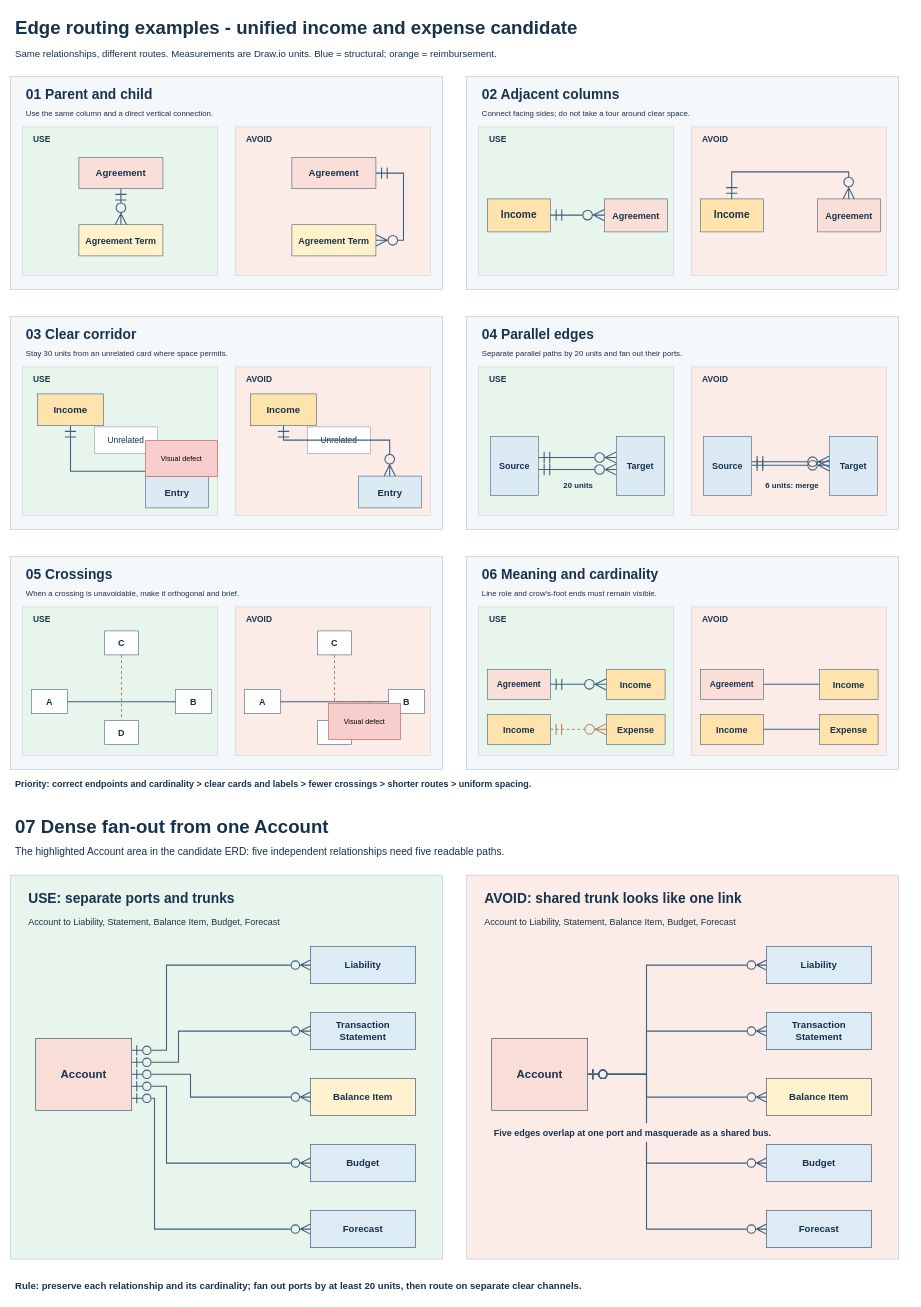
This is projects/financial-workspace/exp-model/relationships/edge-style-examples.drawio from amadou-6e/specs, a draw.io file, before an edit. Source tidied: cells renumbered, new cells numbered last; positions are measured from the earlier drawing's top-left corner, leaving out a move shared by most shapes. Both pictures are drawn from the tidied source at 60%, with x=0, y=0 at pixel (10, 10).
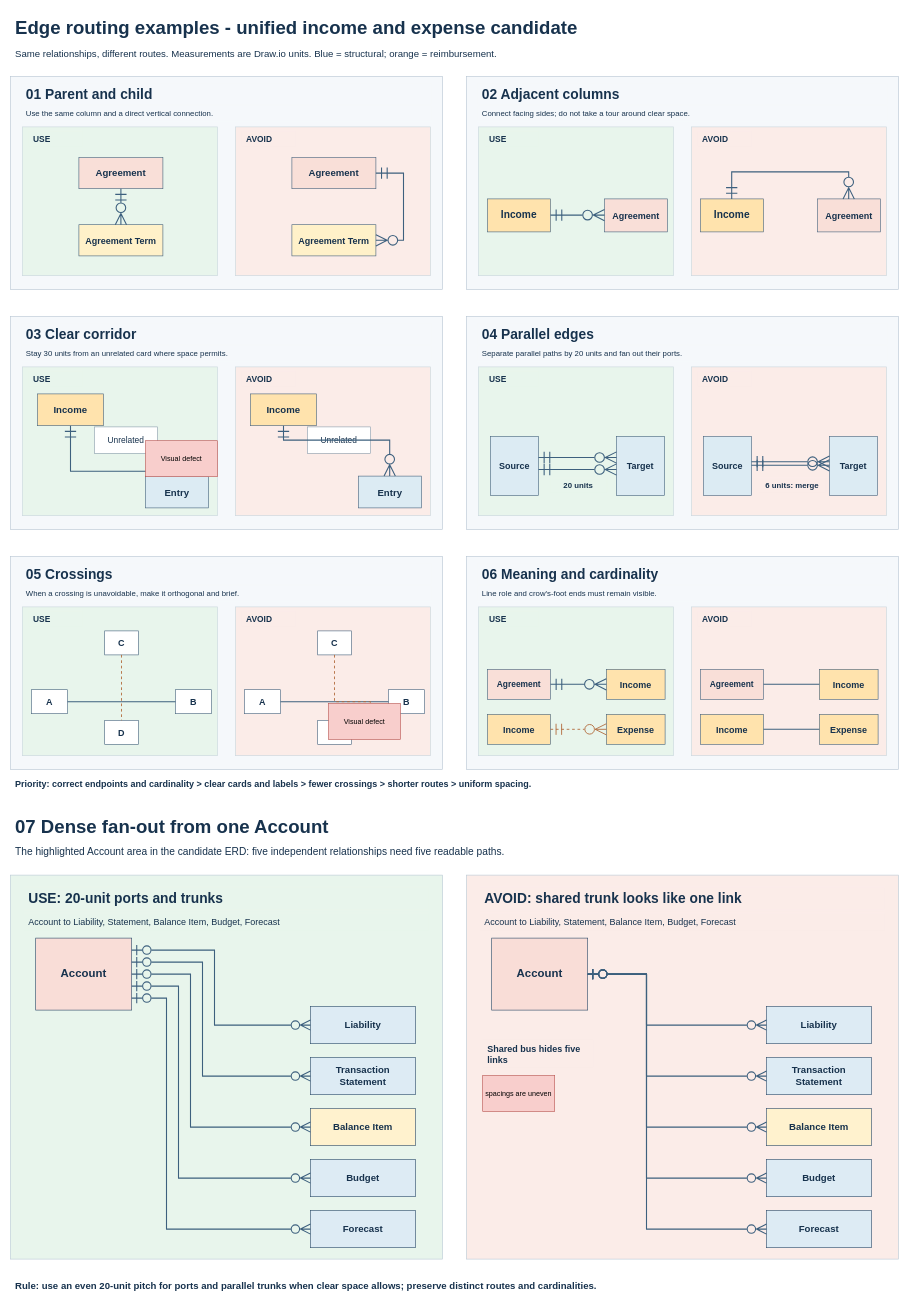
The same diagram, later.

Commit message (it also covers changes not shown here):
Even out dense fanout routing example

Change to the diagram source:
```diff
@@
-    <mxCell id="106" value="USE: separate ports and trunks" style="rounded=0;whiteSpace=wrap;html=1;fillColor=#E8F5EC;strokeColor=#E8F5EC;fontColor=#17324D;fontSize=23;fontStyle=1;align=left;verticalAlign=middle;spacing=8;" parent="1" vertex="1">
+    <mxCell id="106" value="USE: 20-unit ports and trunks" style="rounded=0;whiteSpace=wrap;html=1;fillColor=#E8F5EC;strokeColor=#E8F5EC;fontColor=#17324D;fontSize=23;fontStyle=1;align=left;verticalAlign=middle;spacing=8;" parent="1" vertex="1">
       <mxGeometry x="22" y="1461" width="675" height="38" as="geometry" />
     </mxCell>
@@
     <mxCell id="108" value="Account" style="rounded=0;whiteSpace=wrap;html=1;fillColor=#F9DDD7;strokeColor=#294968;fontColor=#17324D;fontSize=19;fontStyle=1;align=center;verticalAlign=middle;spacing=8;" parent="1" vertex="1">
-      <mxGeometry x="42" y="1713" width="160" height="120" as="geometry" />
+      <mxGeometry x="42" y="1546" width="160" height="120" as="geometry" />
     </mxCell>
     <mxCell id="109" value="Liability" style="rounded=0;whiteSpace=wrap;html=1;fillColor=#DDEBF4;strokeColor=#294968;fontColor=#17324D;fontSize=16;fontStyle=1;align=center;verticalAlign=middle;spacing=8;" parent="1" vertex="1">
-      <mxGeometry x="500" y="1560" width="175" height="62" as="geometry" />
+      <mxGeometry x="500" y="1660" width="175" height="62" as="geometry" />
     </mxCell>
     <mxCell id="110" value="Transaction Statement" style="rounded=0;whiteSpace=wrap;html=1;fillColor=#DDEBF4;strokeColor=#294968;fontColor=#17324D;fontSize=16;fontStyle=1;align=center;verticalAlign=middle;spacing=8;" parent="1" vertex="1">
-      <mxGeometry x="500" y="1670" width="175" height="62" as="geometry" />
+      <mxGeometry x="500" y="1745" width="175" height="62" as="geometry" />
     </mxCell>
     <mxCell id="111" value="Balance Item" style="rounded=0;whiteSpace=wrap;html=1;fillColor=#FFF2CE;strokeColor=#294968;fontColor=#17324D;fontSize=16;fontStyle=1;align=center;verticalAlign=middle;spacing=8;" parent="1" vertex="1">
-      <mxGeometry x="500" y="1780" width="175" height="62" as="geometry" />
+      <mxGeometry x="500" y="1830" width="175" height="62" as="geometry" />
     </mxCell>
     <mxCell id="112" value="Budget" style="rounded=0;whiteSpace=wrap;html=1;fillColor=#DDEBF4;strokeColor=#294968;fontColor=#17324D;fontSize=16;fontStyle=1;align=center;verticalAlign=middle;spacing=8;" parent="1" vertex="1">
-      <mxGeometry x="500" y="1890" width="175" height="62" as="geometry" />
+      <mxGeometry x="500" y="1915" width="175" height="62" as="geometry" />
     </mxCell>
@@
     <mxCell id="114" style="edgeStyle=segmentEdgeStyle;rounded=0;html=1;strokeColor=#3D607E;strokeWidth=1.8;startArrow=ERzeroToOne;endArrow=ERzeroToMany;startSize=14;endSize=14;startFill=0;endFill=0;" parent="1" edge="1">
       <mxGeometry relative="1" as="geometry">
-        <mxPoint x="202" y="1733" as="sourcePoint" />
-        <mxPoint x="500" y="1591" as="targetPoint" />
+        <mxPoint x="202" y="1566" as="sourcePoint" />
+        <mxPoint x="500" y="1691" as="targetPoint" />
         <Array as="points">
-          <mxPoint x="260" y="1733" />
-          <mxPoint x="260" y="1591" />
+          <mxPoint x="340" y="1566" />
+          <mxPoint x="340" y="1691" />
         </Array>
       </mxGeometry>
     </mxCell>
     <mxCell id="115" style="edgeStyle=segmentEdgeStyle;rounded=0;html=1;strokeColor=#3D607E;strokeWidth=1.8;startArrow=ERzeroToOne;endArrow=ERzeroToMany;startSize=14;endSize=14;startFill=0;endFill=0;" parent="1" edge="1">
       <mxGeometry relative="1" as="geometry">
-        <mxPoint x="202" y="1753" as="sourcePoint" />
-        <mxPoint x="500" y="1701" as="targetPoint" />
+        <mxPoint x="202" y="1586" as="sourcePoint" />
+        <mxPoint x="500" y="1776" as="targetPoint" />
         <Array as="points">
-          <mxPoint x="280" y="1753" />
-          <mxPoint x="280" y="1701" />
+          <mxPoint x="320" y="1586" />
+          <mxPoint x="320" y="1776" />
         </Array>
       </mxGeometry>
     </mxCell>
     <mxCell id="116" style="edgeStyle=segmentEdgeStyle;rounded=0;html=1;strokeColor=#3D607E;strokeWidth=1.8;startArrow=ERzeroToOne;endArrow=ERzeroToMany;startSize=14;endSize=14;startFill=0;endFill=0;" parent="1" edge="1">
       <mxGeometry relative="1" as="geometry">
-        <mxPoint x="202" y="1773" as="sourcePoint" />
-        <mxPoint x="500" y="1811" as="targetPoint" />
+        <mxPoint x="202" y="1606" as="sourcePoint" />
+        <mxPoint x="500" y="1861" as="targetPoint" />
         <Array as="points">
-          <mxPoint x="300" y="1773" />
-          <mxPoint x="300" y="1811" />
+          <mxPoint x="300" y="1606" />
+          <mxPoint x="300" y="1861" />
         </Array>
       </mxGeometry>
     </mxCell>
     <mxCell id="117" style="edgeStyle=segmentEdgeStyle;rounded=0;html=1;strokeColor=#3D607E;strokeWidth=1.8;startArrow=ERzeroToOne;endArrow=ERzeroToMany;startSize=14;endSize=14;startFill=0;endFill=0;" parent="1" edge="1">
       <mxGeometry relative="1" as="geometry">
-        <mxPoint x="202" y="1793" as="sourcePoint" />
-        <mxPoint x="500" y="1921" as="targetPoint" />
+        <mxPoint x="202" y="1626" as="sourcePoint" />
+        <mxPoint x="500" y="1946" as="targetPoint" />
         <Array as="points">
-          <mxPoint x="260" y="1793" />
-          <mxPoint x="260" y="1921" />
+          <mxPoint x="280" y="1626" />
+          <mxPoint x="280" y="1946" />
         </Array>
       </mxGeometry>
     </mxCell>
     <mxCell id="118" style="edgeStyle=segmentEdgeStyle;rounded=0;html=1;strokeColor=#3D607E;strokeWidth=1.8;startArrow=ERzeroToOne;endArrow=ERzeroToMany;startSize=14;endSize=14;startFill=0;endFill=0;" parent="1" edge="1">
       <mxGeometry relative="1" as="geometry">
-        <mxPoint x="202" y="1813" as="sourcePoint" />
+        <mxPoint x="202" y="1646" as="sourcePoint" />
         <mxPoint x="500" y="2031" as="targetPoint" />
         <Array as="points">
-          <mxPoint x="240" y="1813" />
-          <mxPoint x="240" y="2031" />
+          <mxPoint x="260" y="1646" />
+          <mxPoint x="260" y="2031" />
         </Array>
       </mxGeometry>
     </mxCell>
@@
     <mxCell id="122" value="Account" style="rounded=0;whiteSpace=wrap;html=1;fillColor=#F9DDD7;strokeColor=#294968;fontColor=#17324D;fontSize=19;fontStyle=1;align=center;verticalAlign=middle;spacing=8;" parent="1" vertex="1">
-      <mxGeometry x="802" y="1713" width="160" height="120" as="geometry" />
+      <mxGeometry x="802" y="1546" width="160" height="120" as="geometry" />
     </mxCell>
     <mxCell id="123" value="Liability" style="rounded=0;whiteSpace=wrap;html=1;fillColor=#DDEBF4;strokeColor=#294968;fontColor=#17324D;fontSize=16;fontStyle=1;align=center;verticalAlign=middle;spacing=8;" parent="1" vertex="1">
-      <mxGeometry x="1260" y="1560" width="175" height="62" as="geometry" />
+      <mxGeometry x="1260" y="1660" width="175" height="62" as="geometry" />
     </mxCell>
     <mxCell id="124" value="Transaction Statement" style="rounded=0;whiteSpace=wrap;html=1;fillColor=#DDEBF4;strokeColor=#294968;fontColor=#17324D;fontSize=16;fontStyle=1;align=center;verticalAlign=middle;spacing=8;" parent="1" vertex="1">
-      <mxGeometry x="1260" y="1670" width="175" height="62" as="geometry" />
+      <mxGeometry x="1260" y="1745" width="175" height="62" as="geometry" />
     </mxCell>
     <mxCell id="125" value="Balance Item" style="rounded=0;whiteSpace=wrap;html=1;fillColor=#FFF2CE;strokeColor=#294968;fontColor=#17324D;fontSize=16;fontStyle=1;align=center;verticalAlign=middle;spacing=8;" parent="1" vertex="1">
-      <mxGeometry x="1260" y="1780" width="175" height="62" as="geometry" />
+      <mxGeometry x="1260" y="1830" width="175" height="62" as="geometry" />
     </mxCell>
     <mxCell id="126" value="Budget" style="rounded=0;whiteSpace=wrap;html=1;fillColor=#DDEBF4;strokeColor=#294968;fontColor=#17324D;fontSize=16;fontStyle=1;align=center;verticalAlign=middle;spacing=8;" parent="1" vertex="1">
-      <mxGeometry x="1260" y="1890" width="175" height="62" as="geometry" />
+      <mxGeometry x="1260" y="1915" width="175" height="62" as="geometry" />
     </mxCell>
@@
     <mxCell id="128" style="edgeStyle=segmentEdgeStyle;rounded=0;html=1;strokeColor=#3D607E;strokeWidth=1.8;startArrow=ERzeroToOne;endArrow=ERzeroToMany;startSize=14;endSize=14;startFill=0;endFill=0;" parent="1" edge="1">
       <mxGeometry relative="1" as="geometry">
-        <mxPoint x="962" y="1773" as="sourcePoint" />
-        <mxPoint x="1260" y="1591" as="targetPoint" />
+        <mxPoint x="962" y="1606" as="sourcePoint" />
+        <mxPoint x="1260" y="1691" as="targetPoint" />
         <Array as="points">
-          <mxPoint x="1060" y="1773" />
-          <mxPoint x="1060" y="1591" />
+          <mxPoint x="1060" y="1606" />
+          <mxPoint x="1060" y="1691" />
         </Array>
       </mxGeometry>
     </mxCell>
     <mxCell id="129" style="edgeStyle=segmentEdgeStyle;rounded=0;html=1;strokeColor=#3D607E;strokeWidth=1.8;startArrow=ERzeroToOne;endArrow=ERzeroToMany;startSize=14;endSize=14;startFill=0;endFill=0;" parent="1" edge="1">
       <mxGeometry relative="1" as="geometry">
-        <mxPoint x="962" y="1773" as="sourcePoint" />
-        <mxPoint x="1260" y="1701" as="targetPoint" />
+        <mxPoint x="962" y="1606" as="sourcePoint" />
+        <mxPoint x="1260" y="1776" as="targetPoint" />
         <Array as="points">
-          <mxPoint x="1060" y="1773" />
-          <mxPoint x="1060" y="1701" />
+          <mxPoint x="1060" y="1606" />
+          <mxPoint x="1060" y="1776" />
         </Array>
       </mxGeometry>
     </mxCell>
     <mxCell id="130" style="edgeStyle=segmentEdgeStyle;rounded=0;html=1;strokeColor=#3D607E;strokeWidth=1.8;startArrow=ERzeroToOne;endArrow=ERzeroToMany;startSize=14;endSize=14;startFill=0;endFill=0;" parent="1" edge="1">
       <mxGeometry relative="1" as="geometry">
-        <mxPoint x="962" y="1773" as="sourcePoint" />
-        <mxPoint x="1260" y="1811" as="targetPoint" />
+        <mxPoint x="962" y="1606" as="sourcePoint" />
+        <mxPoint x="1260" y="1861" as="targetPoint" />
         <Array as="points">
-          <mxPoint x="1060" y="1773" />
-          <mxPoint x="1060" y="1811" />
+          <mxPoint x="1060" y="1606" />
+          <mxPoint x="1060" y="1861" />
         </Array>
       </mxGeometry>
     </mxCell>
     <mxCell id="131" style="edgeStyle=segmentEdgeStyle;rounded=0;html=1;strokeColor=#3D607E;strokeWidth=1.8;startArrow=ERzeroToOne;endArrow=ERzeroToMany;startSize=14;endSize=14;startFill=0;endFill=0;" parent="1" edge="1">
       <mxGeometry relative="1" as="geometry">
-        <mxPoint x="962" y="1773" as="sourcePoint" />
-        <mxPoint x="1260" y="1921" as="targetPoint" />
+        <mxPoint x="962" y="1606" as="sourcePoint" />
+        <mxPoint x="1260" y="1946" as="targetPoint" />
         <Array as="points">
-          <mxPoint x="1060" y="1773" />
-          <mxPoint x="1060" y="1921" />
+          <mxPoint x="1060" y="1606" />
+          <mxPoint x="1060" y="1946" />
         </Array>
       </mxGeometry>
     </mxCell>
     <mxCell id="132" style="edgeStyle=segmentEdgeStyle;rounded=0;html=1;strokeColor=#3D607E;strokeWidth=1.8;startArrow=ERzeroToOne;endArrow=ERzeroToMany;startSize=14;endSize=14;startFill=0;endFill=0;" parent="1" edge="1">
       <mxGeometry relative="1" as="geometry">
-        <mxPoint x="962" y="1773" as="sourcePoint" />
+        <mxPoint x="962" y="1606" as="sourcePoint" />
         <mxPoint x="1260" y="2031" as="targetPoint" />
         <Array as="points">
-          <mxPoint x="1060" y="1773" />
+          <mxPoint x="1060" y="1606" />
           <mxPoint x="1060" y="2031" />
         </Array>
       </mxGeometry>
     </mxCell>
-    <mxCell id="133" value="Five edges overlap at one port and masquerade as a shared bus." style="rounded=0;whiteSpace=wrap;html=1;fillColor=#FBECE8;strokeColor=#FBECE8;fontColor=#17324D;fontSize=15;fontStyle=1;align=left;verticalAlign=middle;spacing=8;" parent="1" vertex="1">
-      <mxGeometry x="798" y="1855" width="620" height="30" as="geometry" />
+    <mxCell id="133" value="Shared bus hides five links" style="rounded=0;whiteSpace=wrap;html=1;fillColor=#FBECE8;strokeColor=#FBECE8;fontColor=#17324D;fontSize=15;fontStyle=1;align=left;verticalAlign=middle;spacing=8;" parent="1" vertex="1">
+      <mxGeometry x="787" y="1715" width="185" height="47" as="geometry" />
     </mxCell>
-    <mxCell id="134" value="Rule: preserve each relationship and its cardinality; fan out ports by at least 20 units, then route on separate clear channels." style="rounded=0;whiteSpace=wrap;html=1;fillColor=#FFFFFF;strokeColor=#FFFFFF;fontColor=#17324D;fontSize=16;fontStyle=1;align=left;verticalAlign=middle;spacing=8;" parent="1" vertex="1">
+    <mxCell id="134" value="Rule: use an even 20-unit pitch for ports and parallel trunks when clear space allows; preserve distinct routes and cardinalities." style="rounded=0;whiteSpace=wrap;html=1;fillColor=#FFFFFF;strokeColor=#FFFFFF;fontColor=#17324D;fontSize=16;fontStyle=1;align=left;verticalAlign=middle;spacing=8;" parent="1" vertex="1">
       <mxGeometry y="2108" width="1500" height="36" as="geometry" />
     </mxCell>
+    <mxCell id="135" value="spacings are uneven" style="rounded=0;whiteSpace=wrap;html=1;fillColor=#f8cecc;strokeColor=#b85450;" parent="1" vertex="1">
+      <mxGeometry x="787" y="1775" width="120" height="60" as="geometry" />
+    </mxCell>
```
